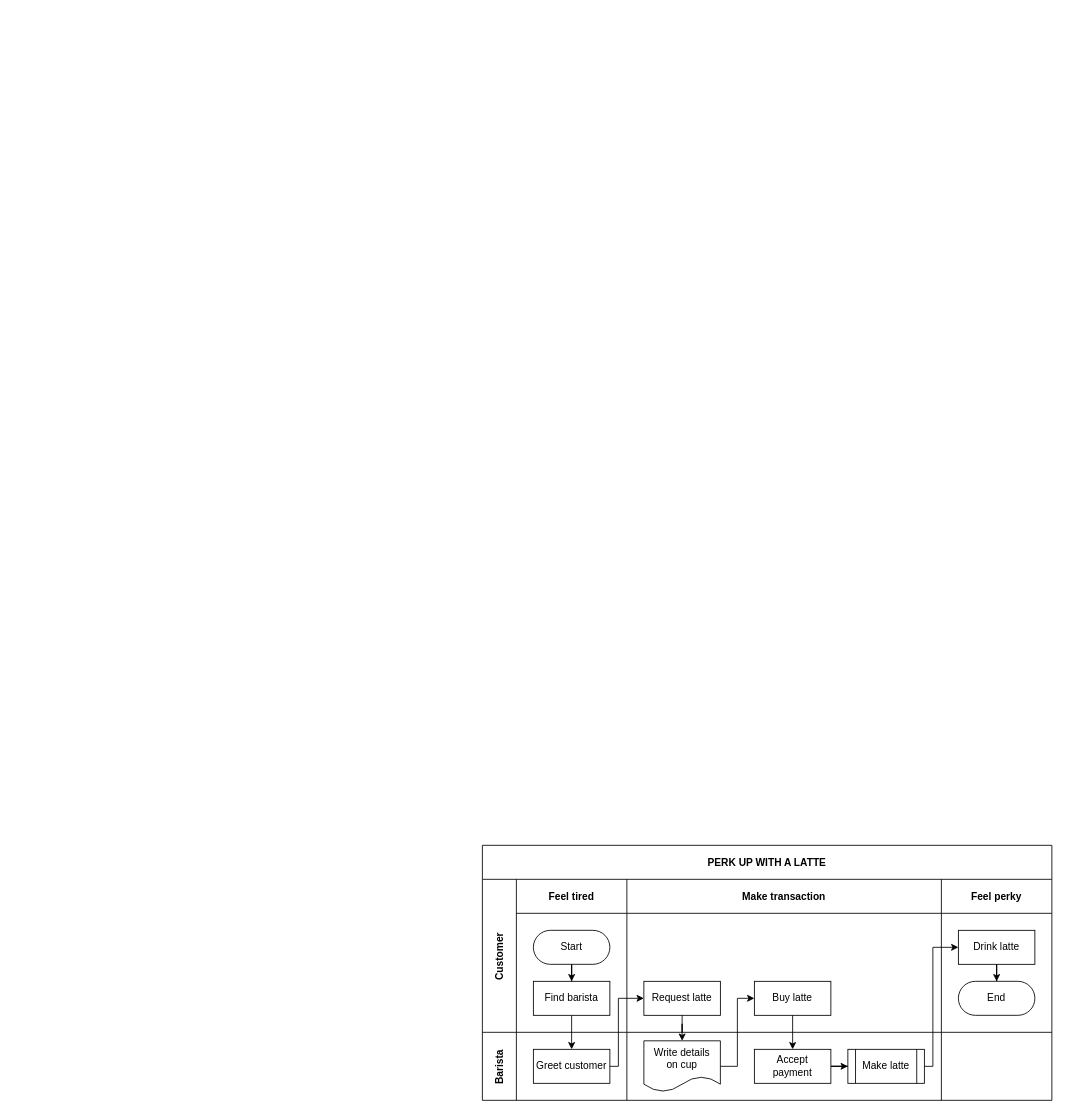
This is 未命名绘图.drawio from superchenwb/notes, a draw.io file, before an edit. Source tidied: cells renumbered, new cells numbered last; positions are measured from the earlier drawing's top-left corner, leaving out a move shared by most shapes. Both pictures are drawn from the tidied source at 85%, with x=0, y=0 at pixel (482, 845).
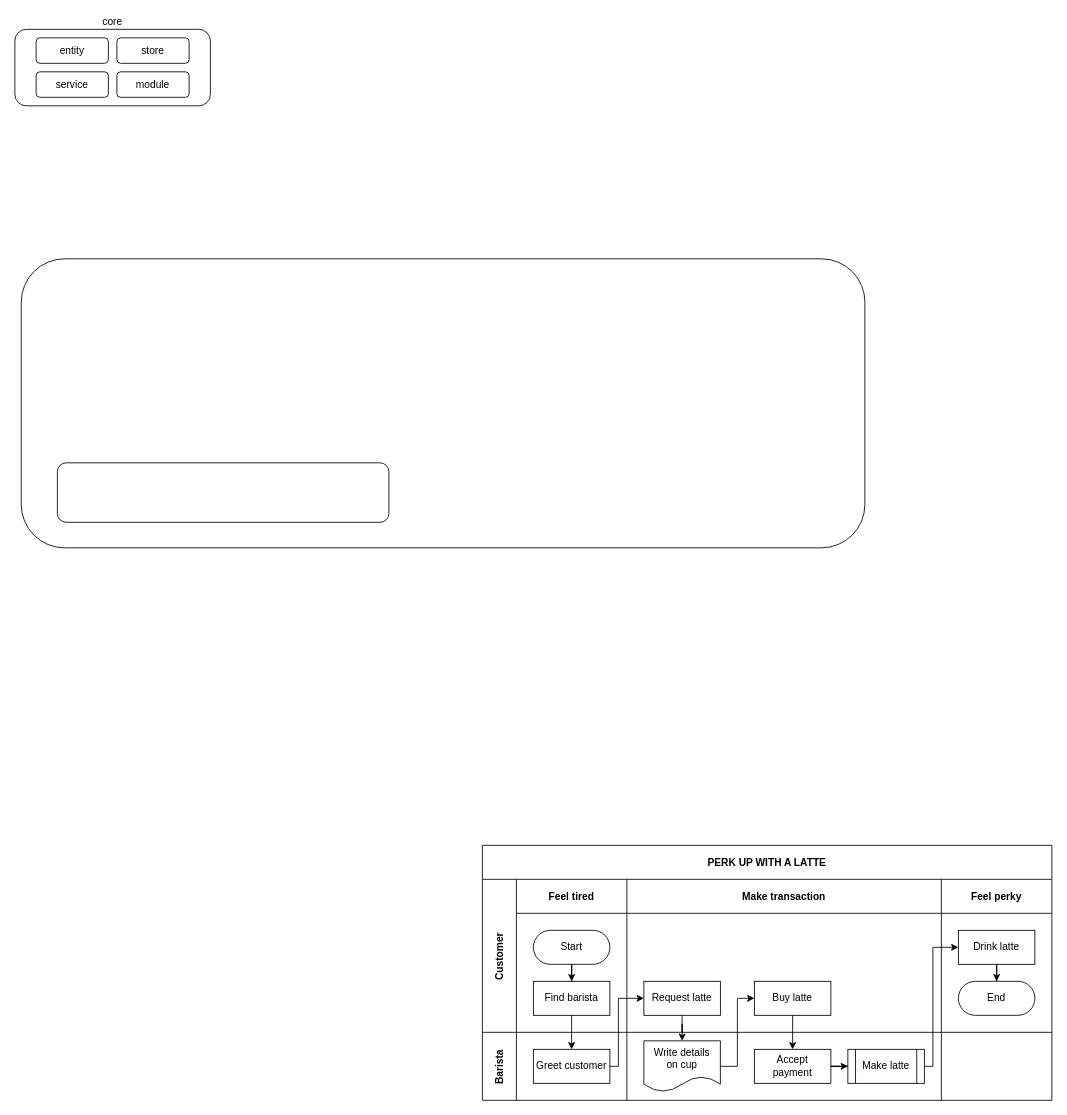
The same page after the edit.

Commit message:
更新未命名绘图.drawio

Diff of the diagram source:
```diff
@@
+    <mxCell id="30" value="core" style="rounded=1;whiteSpace=wrap;html=1;align=center;labelPosition=center;verticalLabelPosition=top;verticalAlign=bottom;" parent="1" vertex="1">
+      <mxGeometry x="-550" y="-960" width="230" height="90" as="geometry" />
+    </mxCell>
+    <mxCell id="31" value="entity" style="rounded=1;whiteSpace=wrap;html=1;" parent="1" vertex="1">
+      <mxGeometry x="-525" y="-950" width="85" height="30" as="geometry" />
+    </mxCell>
+    <mxCell id="32" value="store" style="rounded=1;whiteSpace=wrap;html=1;" parent="1" vertex="1">
+      <mxGeometry x="-430" y="-950" width="85" height="30" as="geometry" />
+    </mxCell>
+    <mxCell id="33" value="service" style="rounded=1;whiteSpace=wrap;html=1;" parent="1" vertex="1">
+      <mxGeometry x="-525" y="-910" width="85" height="30" as="geometry" />
+    </mxCell>
+    <mxCell id="34" value="module" style="rounded=1;whiteSpace=wrap;html=1;" parent="1" vertex="1">
+      <mxGeometry x="-430" y="-910" width="85" height="30" as="geometry" />
+    </mxCell>
+    <mxCell id="35" style="rounded=1;whiteSpace=wrap;html=1;" parent="1" vertex="1">
+      <mxGeometry x="-542.5" y="-690" width="992.5" height="340" as="geometry" />
+    </mxCell>
+    <mxCell id="36" style="rounded=1;whiteSpace=wrap;html=1;" parent="1" vertex="1">
+      <mxGeometry x="-500" y="-450" width="390" height="70" as="geometry" />
+    </mxCell>
```
